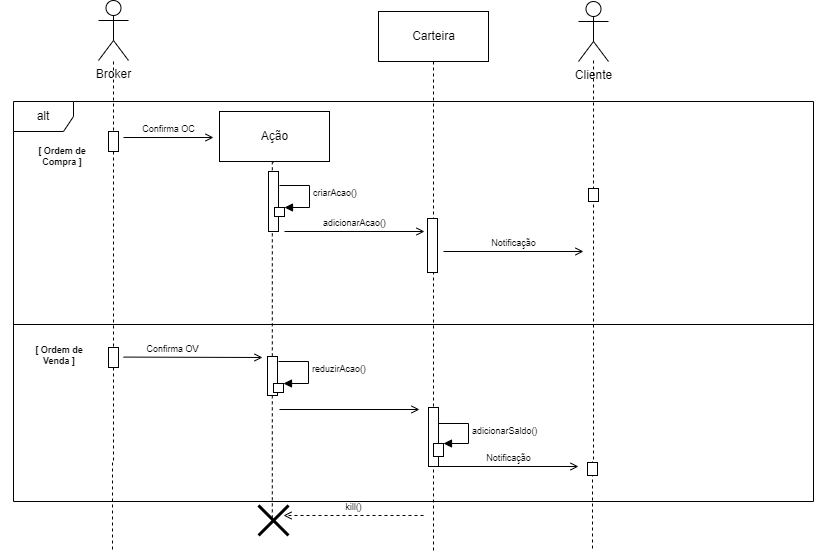
Above: MarketDiagramasDeSequencia/MarketSequencia04.drawio.png in EijiDogen/FEI_MDSMarket (draw.io), before the change. Source tidied: cells renumbered, new cells last; positions are measured from the earlier drawing's top-left corner, leaving out a move shared by most shapes.
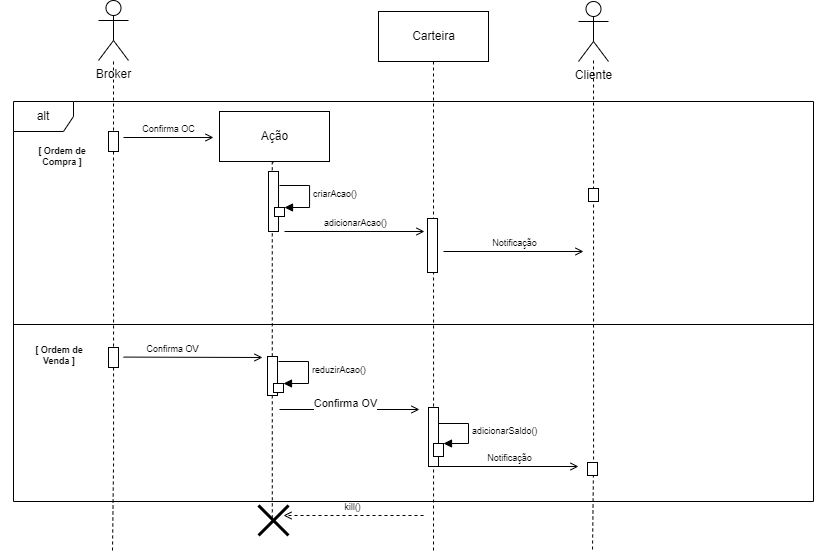
The same diagram one commit later.

The edit, as a diff of the source:
```diff
@@ -104,6 +104,11 @@
         <mxPoint x="419" y="409" as="targetPoint" />
       </mxGeometry>
     </mxCell>
+    <mxCell id="39" value="Confirma OV" style="edgeLabel;html=1;align=center;verticalAlign=middle;" parent="25" vertex="1">
+      <mxGeometry x="-0.18" y="-1" relative="1" as="geometry">
+        <mxPoint x="8" y="-8" as="offset" />
+      </mxGeometry>
+    </mxCell>
     <mxCell id="26" style="html=1;points=[];perimeter=orthogonalPerimeter;" parent="14" vertex="1">
       <mxGeometry x="274" y="207" width="10" height="9" as="geometry" />
     </mxCell>
```
